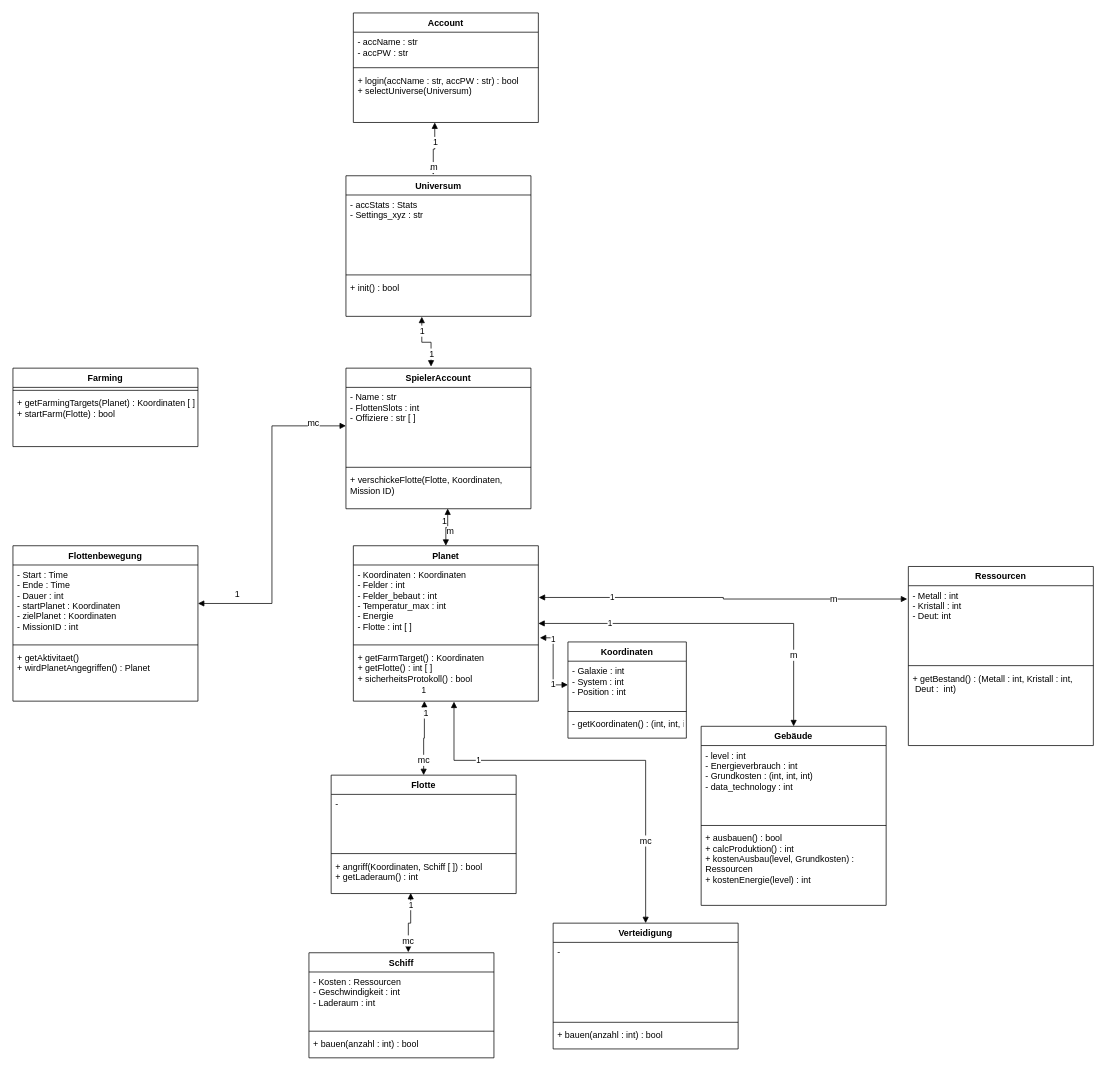
The draw.io diagram UML.drawio in sHooPmyWooP/BotGame, before the edit. Source tidied: cells renumbered, new cells numbered last; positions are measured from the earlier drawing's top-left corner, leaving out a move shared by most shapes. Both pictures are drawn from the tidied source at 74%, with x=0, y=0 at pixel (13, 13).
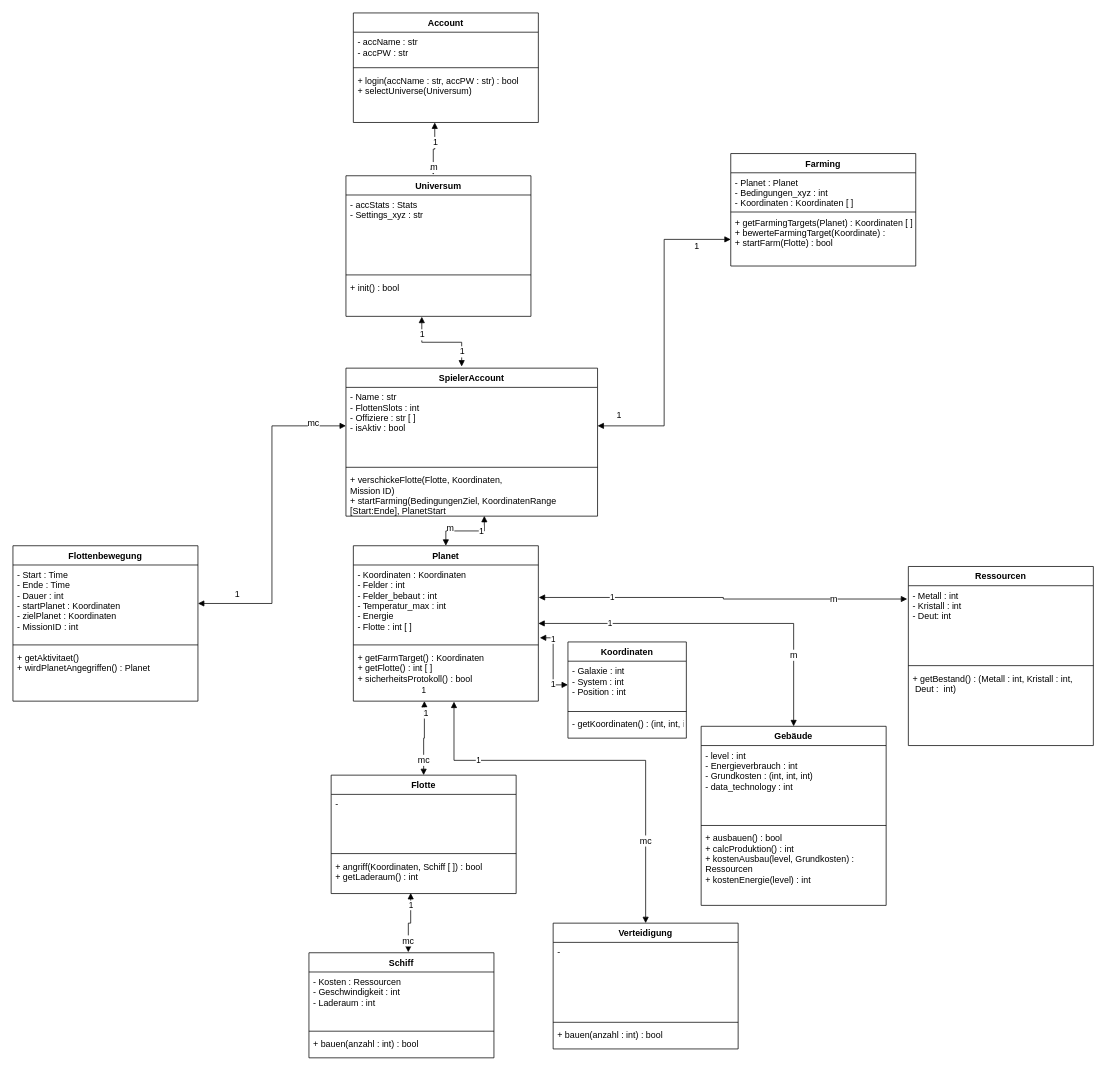
After the change.

Change to the diagram source:
```diff
@@
     <mxCell id="61" value="Farming" style="swimlane;fontStyle=1;align=center;verticalAlign=top;horizontal=1;startSize=26;" parent="1" vertex="1">
-      <mxGeometry y="480" width="250" height="106" as="geometry" />
+      <mxGeometry x="970" y="190" width="250" height="152" as="geometry" />
     </mxCell>
+    <mxCell id="74" value="- Planet : Planet&#10;- Bedingungen_xyz : int&#10;- Koordinaten : Koordinaten [ ]" style="text;strokeColor=none;fillColor=none;align=left;verticalAlign=top;spacingLeft=4;spacingRight=4;overflow=hidden;" parent="61" vertex="1">
+      <mxGeometry y="26" width="250" height="52" as="geometry" />
+    </mxCell>
     <mxCell id="62" style="line;strokeWidth=1;fillColor=none;align=left;verticalAlign=middle;spacingTop=-1;spacingLeft=3;spacingRight=3;labelPosition=right;" parent="61" vertex="1">
-      <mxGeometry y="26" width="250" height="8" as="geometry" />
+      <mxGeometry y="78" width="250" height="2" as="geometry" />
     </mxCell>
-    <mxCell id="63" value="+ getFarmingTargets(Planet) : Koordinaten [ ]&#10;+ startFarm(Flotte) : bool" style="text;strokeColor=none;fillColor=none;align=left;verticalAlign=top;spacingLeft=4;spacingRight=4;overflow=hidden;points=[[0,0.5],[1,0.5]];portConstraint=eastwest;" parent="61" vertex="1">
-      <mxGeometry y="34" width="250" height="72" as="geometry" />
+    <mxCell id="63" value="+ getFarmingTargets(Planet) : Koordinaten [ ]&#10;+ bewerteFarmingTarget(Koordinate) : &#10;+ startFarm(Flotte) : bool" style="text;strokeColor=none;fillColor=none;align=left;verticalAlign=top;spacingLeft=4;spacingRight=4;overflow=hidden;points=[[0,0.5],[1,0.5]];portConstraint=eastwest;" parent="61" vertex="1">
+      <mxGeometry y="80" width="250" height="72" as="geometry" />
     </mxCell>
     <mxCell id="64" value="SpielerAccount" style="swimlane;fontStyle=1;align=center;verticalAlign=top;horizontal=1;startSize=26;" parent="1" vertex="1">
-      <mxGeometry x="450" y="480" width="250" height="190" as="geometry" />
+      <mxGeometry x="450" y="480" width="340" height="200" as="geometry" />
     </mxCell>
-    <mxCell id="65" value="- Name : str&#10;- FlottenSlots : int&#10;- Offiziere : str [ ]" style="text;strokeColor=none;fillColor=none;align=left;verticalAlign=top;spacingLeft=4;spacingRight=4;overflow=hidden;points=[[0,0.5],[1,0.5]];portConstraint=eastwest;" parent="64" vertex="1">
-      <mxGeometry y="26" width="250" height="104" as="geometry" />
+    <mxCell id="65" value="- Name : str&#10;- FlottenSlots : int&#10;- Offiziere : str [ ]&#10;- isAktiv : bool" style="text;strokeColor=none;fillColor=none;align=left;verticalAlign=top;spacingLeft=4;spacingRight=4;overflow=hidden;points=[[0,0.5],[1,0.5]];portConstraint=eastwest;" parent="64" vertex="1">
+      <mxGeometry y="26" width="340" height="104" as="geometry" />
     </mxCell>
     <mxCell id="66" style="line;strokeWidth=1;fillColor=none;align=left;verticalAlign=middle;spacingTop=-1;spacingLeft=3;spacingRight=3;labelPosition=right;" parent="64" vertex="1">
-      <mxGeometry y="130" width="250" height="8" as="geometry" />
+      <mxGeometry y="130" width="340" height="8" as="geometry" />
     </mxCell>
-    <mxCell id="67" value="+ verschickeFlotte(Flotte, Koordinaten, &#10;Mission ID)" style="text;strokeColor=none;fillColor=none;align=left;verticalAlign=top;spacingLeft=4;spacingRight=4;overflow=hidden;points=[[0,0.5],[1,0.5]];portConstraint=eastwest;" parent="64" vertex="1">
-      <mxGeometry y="138" width="250" height="52" as="geometry" />
+    <mxCell id="67" value="+ verschickeFlotte(Flotte, Koordinaten, &#10;Mission ID)&#10;+ startFarming(BedingungenZiel, KoordinatenRange &#10;[Start:Ende], PlanetStart" style="text;strokeColor=none;fillColor=none;align=left;verticalAlign=top;spacingLeft=4;spacingRight=4;overflow=hidden;points=[[0,0.5],[1,0.5]];portConstraint=eastwest;" parent="64" vertex="1">
+      <mxGeometry y="138" width="340" height="62" as="geometry" />
     </mxCell>
@@
+    <mxCell id="75" style="edgeStyle=orthogonalEdgeStyle;rounded=0;jettySize=auto;html=1;startArrow=block;startFill=1;endArrow=block;endFill=1;entryX=0;entryY=0.5;entryDx=0;entryDy=0;" parent="1" edge="1" source="65" target="63">
+      <mxGeometry relative="1" as="geometry">
+        <Array as="points">
+          <mxPoint x="880" y="558" />
+          <mxPoint x="880" y="306" />
+        </Array>
+      </mxGeometry>
+    </mxCell>
+    <mxCell id="76" value="1" style="text;html=1;align=center;verticalAlign=middle;labelBackgroundColor=#ffffff;" parent="75" vertex="1">
+      <mxGeometry x="0.78" y="1" relative="1" as="geometry">
+        <mxPoint x="1" y="10.4" as="offset" />
+      </mxGeometry>
+    </mxCell>
+    <mxCell id="77" value="1" style="text;html=1;align=center;verticalAlign=middle;labelBackgroundColor=#ffffff;" parent="75" vertex="1">
+      <mxGeometry x="-0.88" y="2" relative="1" as="geometry">
+        <mxPoint x="2" y="-12.9" as="offset" />
+      </mxGeometry>
+    </mxCell>
```
